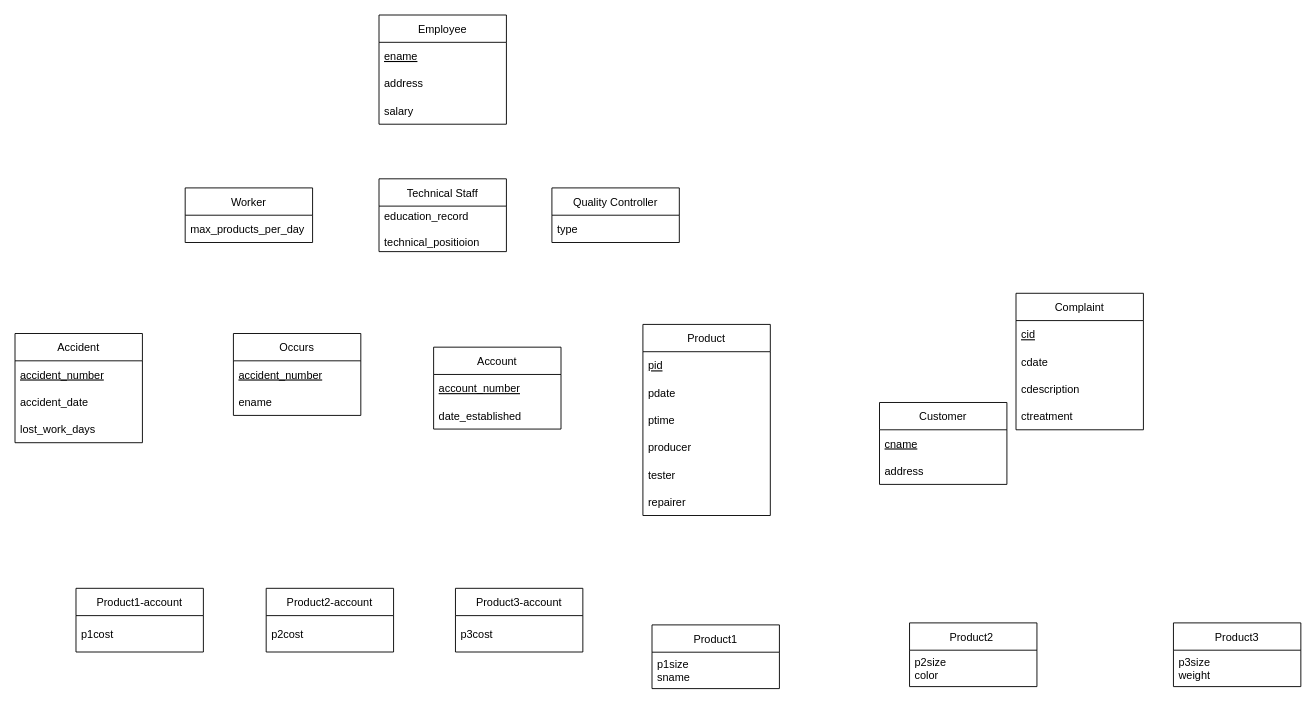
starrycode/ER-Diagrams keeps this draw.io diagram as schema_diagram.drawio. Above is the earlier version. Source tidied: cells renumbered, new cells numbered last; positions are measured from the earlier drawing's top-left corner, leaving out a move shared by most shapes. Both pictures are drawn from the tidied source at 91%, with x=0, y=0 at pixel (15, 15).
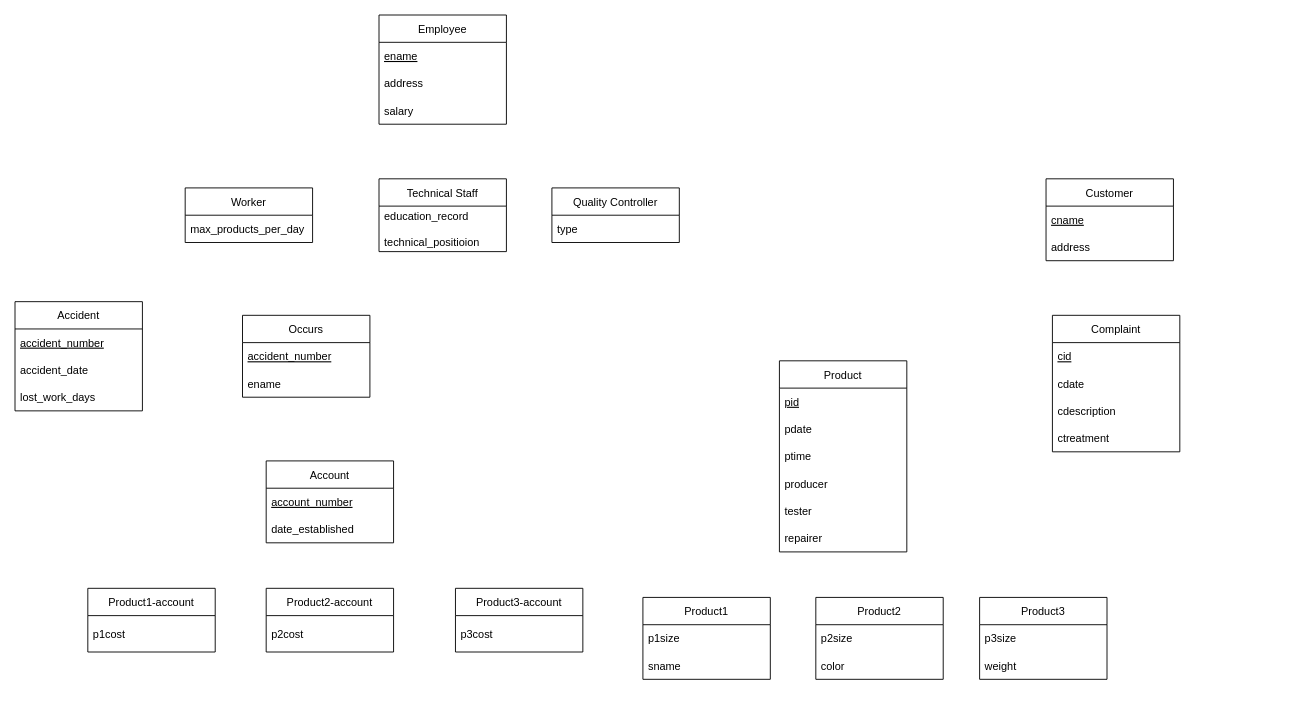
After the change.

The edit, as a diff of the source:
```diff
@@
-    <mxCell id="8" value="Product3" style="swimlane;fontStyle=0;horizontal=1;startSize=30;" parent="1" vertex="1">
-      <mxGeometry x="1273" y="668" width="140" height="70" as="geometry" />
-    </mxCell>
-    <mxCell id="9" value="p3size&#10;weight" style="text;strokeColor=none;fillColor=none;align=left;verticalAlign=middle;spacingLeft=4;spacingRight=4;overflow=hidden;" parent="8" vertex="1">
-      <mxGeometry y="30" width="140" height="40" as="geometry" />
-    </mxCell>
-    <mxCell id="10" value="Product2 " style="swimlane;fontStyle=0;horizontal=1;startSize=30;" parent="1" vertex="1">
-      <mxGeometry x="983" y="668" width="140" height="70" as="geometry" />
-    </mxCell>
-    <mxCell id="11" value="p2size&#10;color" style="text;strokeColor=none;fillColor=none;align=left;verticalAlign=middle;spacingLeft=4;spacingRight=4;overflow=hidden;" parent="10" vertex="1">
-      <mxGeometry y="30" width="140" height="40" as="geometry" />
-    </mxCell>
-    <mxCell id="12" value="Product1" style="swimlane;fontStyle=0;horizontal=1;startSize=30;" parent="1" vertex="1">
-      <mxGeometry x="700" y="670.2" width="140" height="70" as="geometry" />
-    </mxCell>
-    <mxCell id="13" value="p1size &#10;sname" style="text;strokeColor=none;fillColor=none;align=left;verticalAlign=middle;spacingLeft=4;spacingRight=4;overflow=hidden;" parent="12" vertex="1">
-      <mxGeometry y="30" width="140" height="40" as="geometry" />
-    </mxCell>
@@
     <mxCell id="18" value="Product1-account" style="swimlane;fontStyle=0;horizontal=1;startSize=30;" parent="1" vertex="1">
-      <mxGeometry x="67" y="630" width="140" height="70" as="geometry" />
+      <mxGeometry x="80" y="630" width="140" height="70" as="geometry" />
     </mxCell>
@@
     <mxCell id="24" value="Account" style="swimlane;fontStyle=0;horizontal=1;startSize=30;" parent="1" vertex="1">
-      <mxGeometry x="460" y="365" width="140" height="90" as="geometry" />
+      <mxGeometry x="276" y="490" width="140" height="90" as="geometry" />
     </mxCell>
@@
     <mxCell id="27" value="Product" style="swimlane;fontStyle=0;horizontal=1;startSize=30;" parent="1" vertex="1">
-      <mxGeometry x="690" y="340" width="140" height="210" as="geometry" />
+      <mxGeometry x="840" y="380" width="140" height="210" as="geometry" />
     </mxCell>
@@
     <mxCell id="34" value="Customer" style="swimlane;fontStyle=0;horizontal=1;startSize=30;" parent="1" vertex="1">
-      <mxGeometry x="950" y="425.8" width="140" height="90" as="geometry" />
+      <mxGeometry x="1133" y="180" width="140" height="90" as="geometry" />
     </mxCell>
@@
     <mxCell id="37" value="Complaint" style="swimlane;fontStyle=0;horizontal=1;startSize=30;" parent="1" vertex="1">
-      <mxGeometry x="1100" y="305.8" width="140" height="150" as="geometry" />
+      <mxGeometry x="1140" y="330" width="140" height="150" as="geometry" />
     </mxCell>
@@
     <mxCell id="42" value="Accident" style="swimlane;fontStyle=0;horizontal=1;startSize=30;" parent="1" vertex="1">
-      <mxGeometry y="350" width="140" height="120" as="geometry" />
+      <mxGeometry y="315" width="140" height="120" as="geometry" />
     </mxCell>
@@
     <mxCell id="46" value="Occurs" style="swimlane;fontStyle=0;horizontal=1;startSize=30;" parent="1" vertex="1">
-      <mxGeometry x="240" y="350" width="140" height="90" as="geometry" />
+      <mxGeometry x="250" y="330" width="140" height="90" as="geometry" />
     </mxCell>
@@
+    <mxCell id="12" value="Product1" style="swimlane;fontStyle=0;horizontal=1;startSize=30;" parent="1" vertex="1">
+      <mxGeometry x="690" y="640" width="140" height="90" as="geometry" />
+    </mxCell>
+    <mxCell id="49" value="p1size" style="text;strokeColor=none;fillColor=none;align=left;verticalAlign=middle;spacingLeft=4;spacingRight=4;overflow=hidden;fontStyle=0;" parent="12" vertex="1">
+      <mxGeometry y="30" width="140" height="30" as="geometry" />
+    </mxCell>
+    <mxCell id="50" value="sname" style="text;strokeColor=none;fillColor=none;align=left;verticalAlign=middle;spacingLeft=4;spacingRight=4;overflow=hidden;fontStyle=0;" parent="12" vertex="1">
+      <mxGeometry y="60" width="140" height="30" as="geometry" />
+    </mxCell>
+    <mxCell id="10" value="Product2" style="swimlane;fontStyle=0;horizontal=1;startSize=30;" parent="1" vertex="1">
+      <mxGeometry x="880" y="640" width="140" height="90" as="geometry" />
+    </mxCell>
+    <mxCell id="51" value="p2size" style="text;strokeColor=none;fillColor=none;align=left;verticalAlign=middle;spacingLeft=4;spacingRight=4;overflow=hidden;fontStyle=0;" parent="10" vertex="1">
+      <mxGeometry y="30" width="140" height="30" as="geometry" />
+    </mxCell>
+    <mxCell id="52" value="color" style="text;strokeColor=none;fillColor=none;align=left;verticalAlign=middle;spacingLeft=4;spacingRight=4;overflow=hidden;fontStyle=0;" parent="10" vertex="1">
+      <mxGeometry y="60" width="140" height="30" as="geometry" />
+    </mxCell>
+    <mxCell id="8" value="Product3" style="swimlane;fontStyle=0;horizontal=1;startSize=30;" parent="1" vertex="1">
+      <mxGeometry x="1060" y="640" width="140" height="90" as="geometry" />
+    </mxCell>
+    <mxCell id="53" value="p3size" style="text;strokeColor=none;fillColor=none;align=left;verticalAlign=middle;spacingLeft=4;spacingRight=4;overflow=hidden;fontStyle=0;" parent="8" vertex="1">
+      <mxGeometry y="30" width="140" height="30" as="geometry" />
+    </mxCell>
+    <mxCell id="54" value="weight" style="text;strokeColor=none;fillColor=none;align=left;verticalAlign=middle;spacingLeft=4;spacingRight=4;overflow=hidden;fontStyle=0;" parent="8" vertex="1">
+      <mxGeometry y="60" width="140" height="30" as="geometry" />
+    </mxCell>
```
